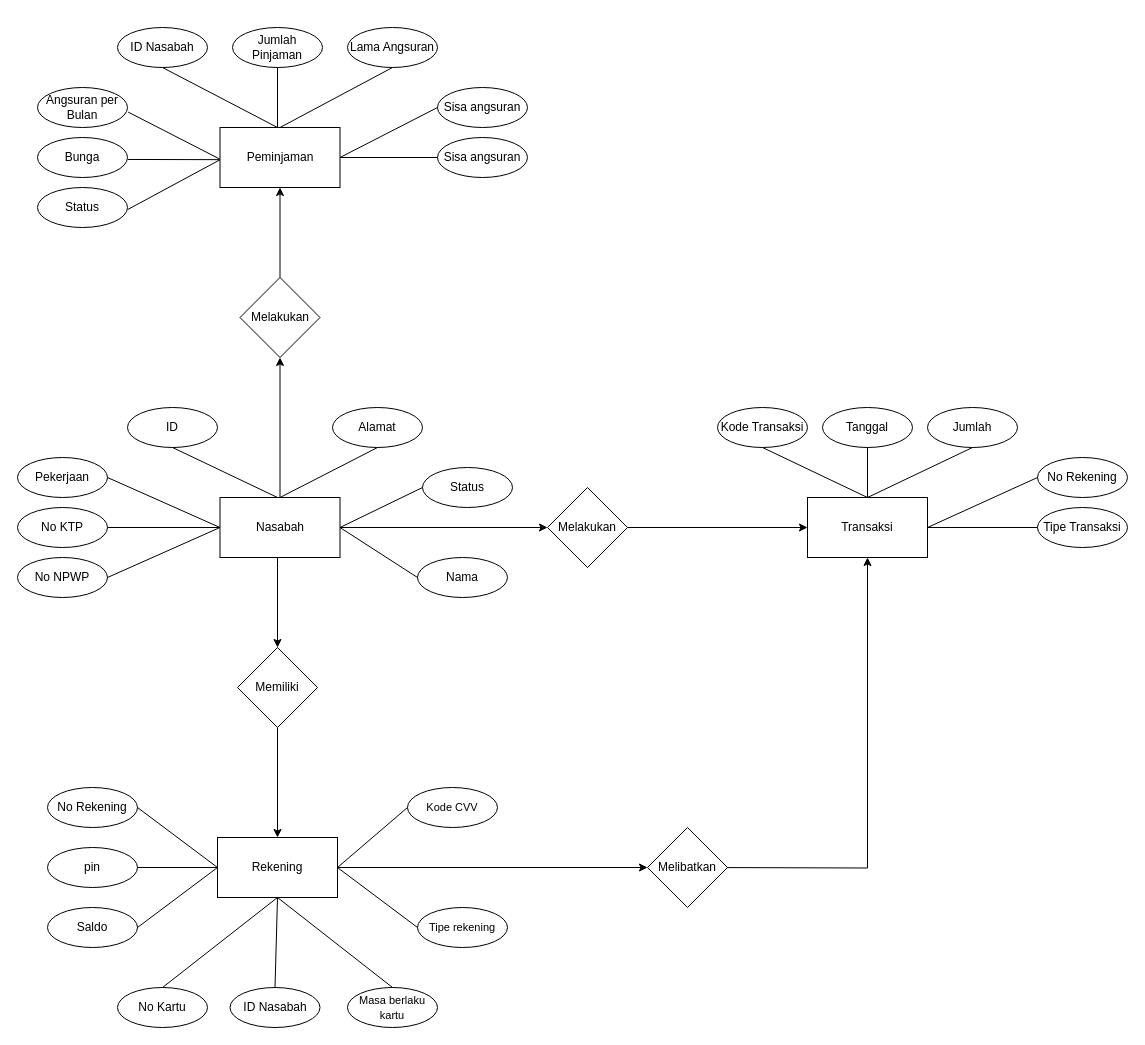
Before: Untitled Diagram.drawio in diki-telyu/IMA-java-algorithm, a draw.io diagram. Source tidied: cells renumbered, new cells numbered last; positions are measured from the earlier drawing's top-left corner, leaving out a move shared by most shapes. Both pictures are drawn from the tidied source at 100%, with x=0, y=0 at pixel (17, 27).
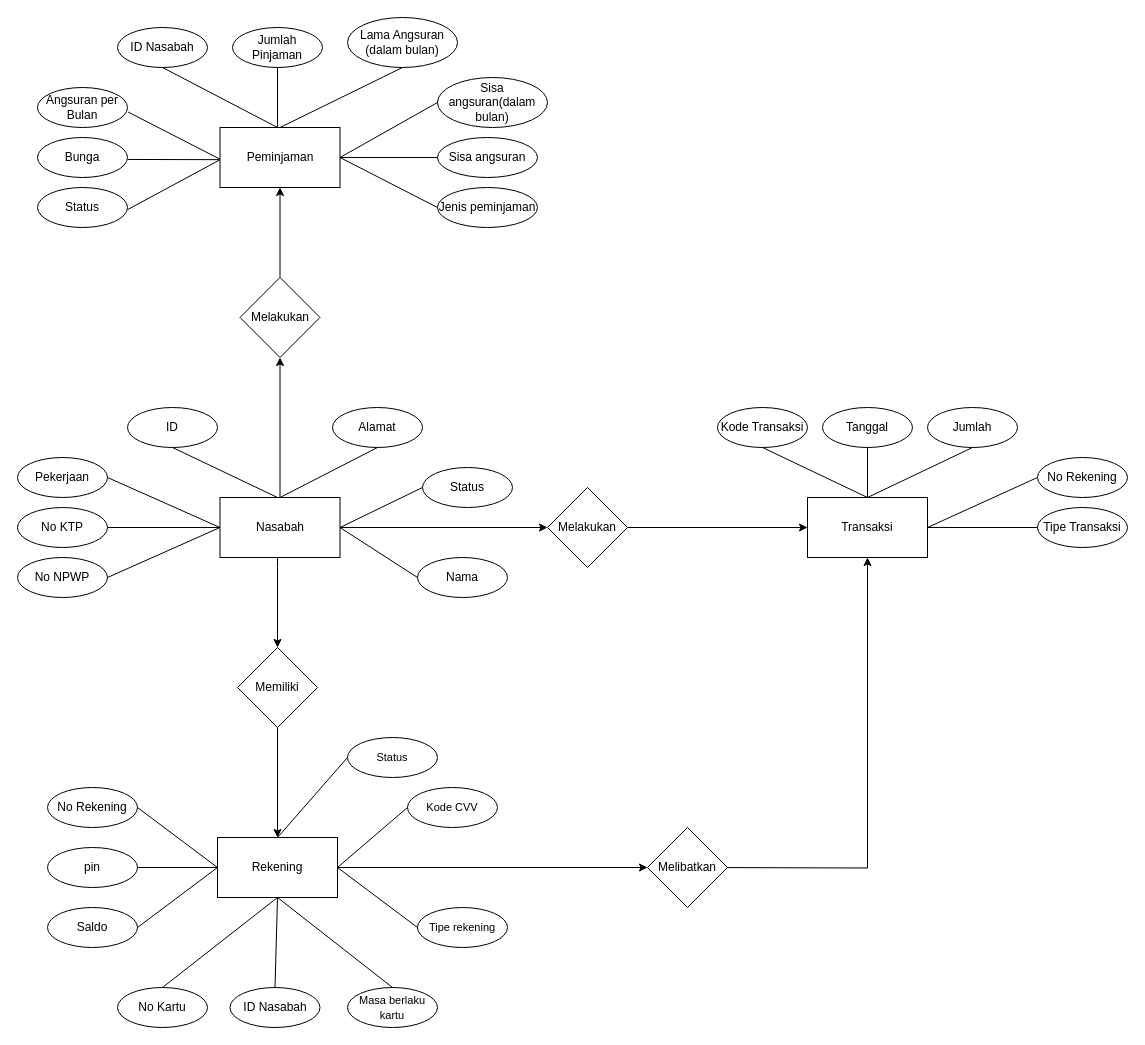
Above is the later version.

Unchanged cells that the change refers to:
```xml
<mxCell id="23" value="Rekening" style="rounded=0;whiteSpace=wrap;html=1;" parent="1" vertex="1">
  <mxGeometry x="200" y="810" width="120" height="60" as="geometry" />
</mxCell>
<mxCell id="55" value="Peminjaman" style="whiteSpace=wrap;html=1;" parent="1" vertex="1">
  <mxGeometry x="202.5" y="100" width="120" height="60" as="geometry" />
</mxCell>
```

Change to the diagram source:
```diff
@@
-    <mxCell id="60" value="Lama Angsuran" style="ellipse;whiteSpace=wrap;html=1;" parent="1" vertex="1">
-      <mxGeometry x="330" width="90" height="40" as="geometry" />
+    <mxCell id="60" value="Lama Angsuran (dalam bulan)" style="ellipse;whiteSpace=wrap;html=1;" parent="1" vertex="1">
+      <mxGeometry x="330" y="-10" width="110" height="50" as="geometry" />
     </mxCell>
@@
-    <mxCell id="70" value="Sisa angsuran" style="ellipse;whiteSpace=wrap;html=1;" parent="1" vertex="1">
-      <mxGeometry x="420" y="60" width="90" height="40" as="geometry" />
+    <mxCell id="70" value="Sisa angsuran(dalam bulan)" style="ellipse;whiteSpace=wrap;html=1;" parent="1" vertex="1">
+      <mxGeometry x="420" y="50" width="110" height="50" as="geometry" />
     </mxCell>
@@
     <mxCell id="72" value="Sisa angsuran" style="ellipse;whiteSpace=wrap;html=1;" parent="1" vertex="1">
-      <mxGeometry x="420" y="110" width="90" height="40" as="geometry" />
+      <mxGeometry x="420" y="110" width="100" height="40" as="geometry" />
     </mxCell>
@@
+    <mxCell id="74" value="Jenis peminjaman" style="ellipse;whiteSpace=wrap;html=1;" parent="1" vertex="1">
+      <mxGeometry x="420" y="160" width="100" height="40" as="geometry" />
+    </mxCell>
+    <mxCell id="75" style="endArrow=none;html=1;rounded=0;entryX=0;entryY=0.5;entryDx=0;entryDy=0;exitX=1;exitY=0.5;exitDx=0;exitDy=0;" parent="1" edge="1" source="55" target="74">
+      <mxGeometry relative="1" as="geometry" />
+    </mxCell>
+    <mxCell id="76" value="&lt;font style=&quot;font-size: 11px;&quot;&gt;Status&lt;/font&gt;" style="ellipse;whiteSpace=wrap;html=1;" parent="1" vertex="1">
+      <mxGeometry x="330" y="710" width="90" height="40" as="geometry" />
+    </mxCell>
+    <mxCell id="77" style="endArrow=none;html=1;rounded=0;entryX=0;entryY=0.5;entryDx=0;entryDy=0;exitX=0.5;exitY=0;exitDx=0;exitDy=0;" parent="1" edge="1" source="23" target="76">
+      <mxGeometry relative="1" as="geometry" />
+    </mxCell>
```
